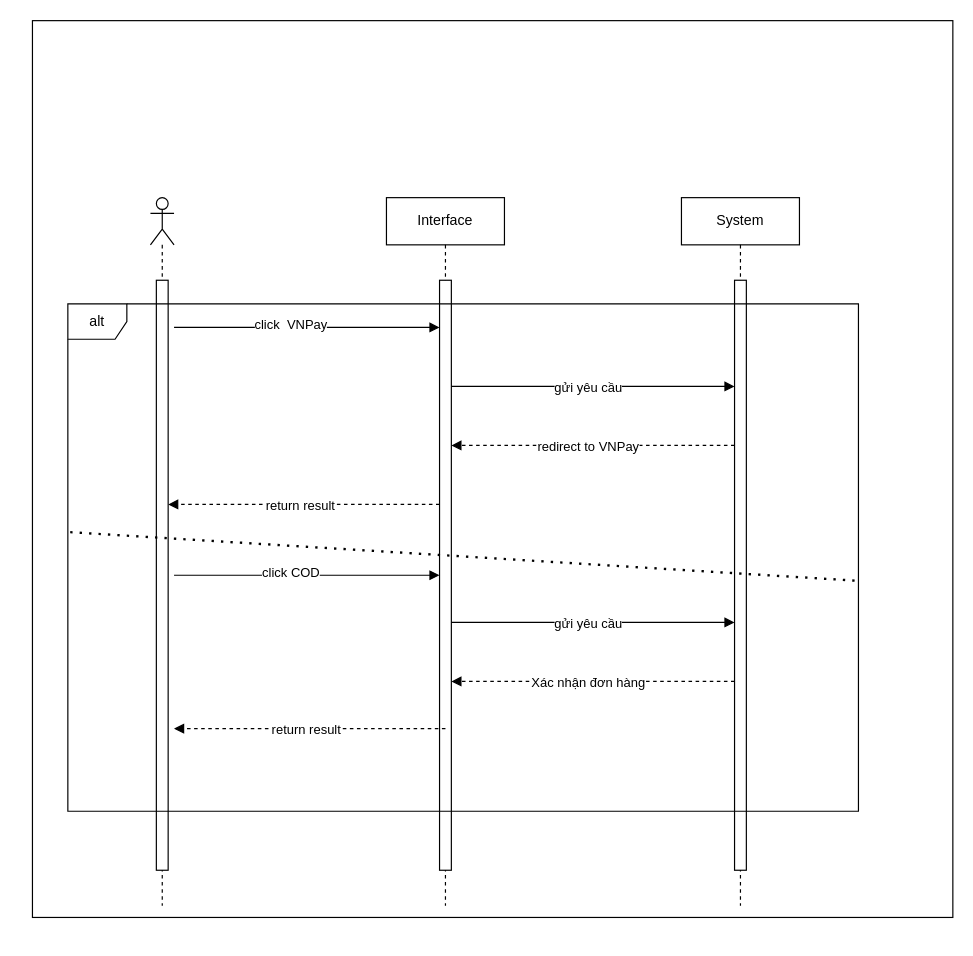
duongtran1702/PT-TKHT keeps this draw.io diagram as Session_5/b5.drawio. Above is the earlier version. Source tidied: cells renumbered, new cells numbered last; positions are measured from the earlier drawing's top-left corner, leaving out a move shared by most shapes. Both pictures are drawn from the tidied source at 118%, with x=0, y=0 at pixel (32, 20).
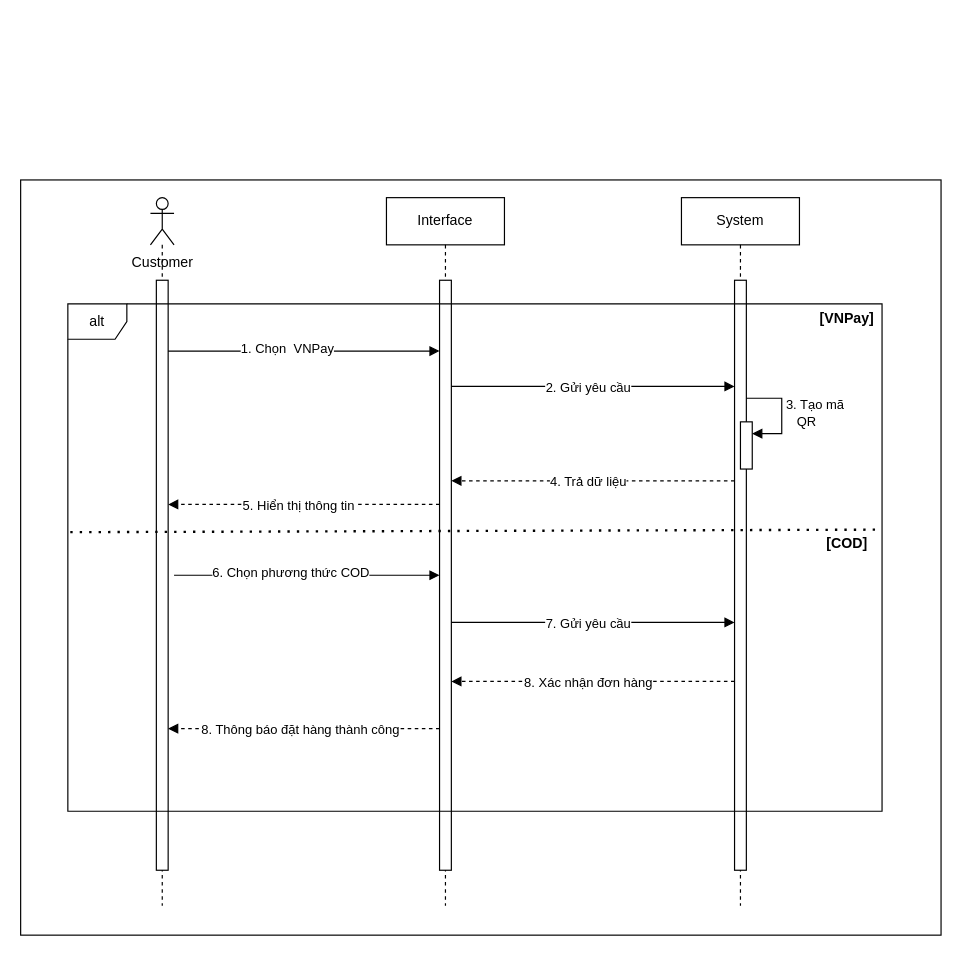
After the change.

The change refers to these unchanged cells:
```xml
<mxCell id="4" style="html=1;points=[[0,0,0,0,5],[0,1,0,0,-5],[1,0,0,0,5],[1,1,0,0,-5]];perimeter=orthogonalPerimeter;outlineConnect=0;targetShapes=umlLifeline;portConstraint=eastwest;newEdgeStyle={&quot;curved&quot;:0,&quot;rounded&quot;:0};" parent="3" vertex="1">
  <mxGeometry x="5" y="70" width="10" height="500" as="geometry" />
</mxCell>
<mxCell id="6" style="html=1;points=[[0,0,0,0,5],[0,1,0,0,-5],[1,0,0,0,5],[1,1,0,0,-5]];perimeter=orthogonalPerimeter;outlineConnect=0;targetShapes=umlLifeline;portConstraint=eastwest;newEdgeStyle={&quot;curved&quot;:0,&quot;rounded&quot;:0};" parent="5" vertex="1">
  <mxGeometry x="45" y="70" width="10" height="500" as="geometry" />
</mxCell>
<mxCell id="8" style="html=1;points=[[0,0,0,0,5],[0,1,0,0,-5],[1,0,0,0,5],[1,1,0,0,-5]];perimeter=orthogonalPerimeter;outlineConnect=0;targetShapes=umlLifeline;portConstraint=eastwest;newEdgeStyle={&quot;curved&quot;:0,&quot;rounded&quot;:0};" parent="7" vertex="1">
  <mxGeometry x="45" y="70" width="10" height="500" as="geometry" />
</mxCell>
<mxCell id="12" style="html=1;verticalAlign=bottom;labelBackgroundColor=none;endArrow=block;endFill=1;dashed=1;" parent="11" edge="1">
  <mxGeometry relative="1" as="geometry">
    <mxPoint x="315" y="170" as="sourcePoint" />
    <mxPoint x="85" y="170" as="targetPoint" />
    <Array as="points">
      <mxPoint x="260" y="170" />
    </Array>
  </mxGeometry>
</mxCell>
<mxCell id="14" style="html=1;verticalAlign=bottom;labelBackgroundColor=none;endArrow=block;endFill=1;" parent="11" edge="1">
  <mxGeometry relative="1" as="geometry">
    <mxPoint x="90" y="230" as="sourcePoint" />
    <mxPoint x="315" y="230" as="targetPoint" />
  </mxGeometry>
</mxCell>
<mxCell id="18" style="html=1;verticalAlign=bottom;labelBackgroundColor=none;endArrow=block;endFill=1;" parent="1" edge="1">
  <mxGeometry relative="1" as="geometry">
    <mxPoint x="355" y="310" as="sourcePoint" />
    <mxPoint x="595" y="310" as="targetPoint" />
  </mxGeometry>
</mxCell>
<mxCell id="22" style="html=1;verticalAlign=bottom;labelBackgroundColor=none;endArrow=block;endFill=1;" parent="1" edge="1" source="6" target="8">
  <mxGeometry relative="1" as="geometry">
    <Array as="points">
      <mxPoint x="520" y="510" />
    </Array>
  </mxGeometry>
</mxCell>
<mxCell id="24" style="html=1;verticalAlign=bottom;labelBackgroundColor=none;endArrow=block;endFill=1;dashed=1;" parent="1" edge="1" source="8" target="6">
  <mxGeometry relative="1" as="geometry">
    <Array as="points">
      <mxPoint x="525" y="560" />
    </Array>
  </mxGeometry>
</mxCell>
```

The edit, as a diff of the source:
```diff
@@
     <mxCell id="2" style="rounded=0;whiteSpace=wrap;html=1;" parent="1" vertex="1">
-      <mxGeometry width="780" height="760" as="geometry" />
+      <mxGeometry x="-10" y="135" width="780" height="640" as="geometry" />
     </mxCell>
@@
-    <mxCell id="9" style="html=1;verticalAlign=bottom;labelBackgroundColor=none;endArrow=block;endFill=1;" parent="1" edge="1" target="6">
-      <mxGeometry relative="1" as="geometry">
-        <mxPoint x="120" y="260" as="sourcePoint" />
-      </mxGeometry>
-    </mxCell>
-    <mxCell id="10" value="click&amp;nbsp; VNPay" style="edgeLabel;html=1;align=center;verticalAlign=middle;" parent="9" vertex="1">
-      <mxGeometry x="-0.21" y="3" relative="1" as="geometry">
-        <mxPoint x="9" as="offset" />
-      </mxGeometry>
-    </mxCell>
     <mxCell id="11" value="alt" style="shape=umlFrame;whiteSpace=wrap;html=1;width=50;" parent="1" vertex="1">
-      <mxGeometry x="30" y="240" width="670" height="430" as="geometry" />
+      <mxGeometry x="30" y="240" width="690" height="430" as="geometry" />
     </mxCell>
@@
-    <mxCell id="13" value="return result" style="edgeLabel;html=1;align=center;verticalAlign=middle;" parent="12" vertex="1">
+    <mxCell id="13" value="5. Hiển thị thông tin&amp;nbsp;" style="edgeLabel;html=1;align=center;verticalAlign=middle;" parent="12" vertex="1">
       <mxGeometry x="0.37" y="2" relative="1" as="geometry">
         <mxPoint x="39" y="-2" as="offset" />
       </mxGeometry>
     </mxCell>
@@
-    <mxCell id="15" value="click COD" style="edgeLabel;html=1;align=center;verticalAlign=middle;" parent="14" vertex="1">
+    <mxCell id="15" value="6. Chọn phương thức COD" style="edgeLabel;html=1;align=center;verticalAlign=middle;" parent="14" vertex="1">
       <mxGeometry x="-0.21" y="3" relative="1" as="geometry">
         <mxPoint x="9" as="offset" />
       </mxGeometry>
     </mxCell>
-    <mxCell id="16" style="html=1;verticalAlign=bottom;labelBackgroundColor=none;endArrow=block;endFill=1;dashed=1;" parent="11" edge="1">
-      <mxGeometry relative="1" as="geometry">
-        <mxPoint x="320" y="360" as="sourcePoint" />
-        <mxPoint x="90" y="360" as="targetPoint" />
-        <Array as="points">
-          <mxPoint x="265" y="360" />
-        </Array>
-      </mxGeometry>
-    </mxCell>
-    <mxCell id="17" value="return result" style="edgeLabel;html=1;align=center;verticalAlign=middle;" parent="16" vertex="1">
-      <mxGeometry x="0.37" y="2" relative="1" as="geometry">
-        <mxPoint x="39" y="-2" as="offset" />
-      </mxGeometry>
-    </mxCell>
+    <mxCell id="9" style="html=1;verticalAlign=bottom;labelBackgroundColor=none;endArrow=block;endFill=1;" parent="11" edge="1" source="4">
+      <mxGeometry relative="1" as="geometry">
+        <mxPoint x="315" y="40" as="targetPoint" />
+        <Array as="points">
+          <mxPoint x="240" y="40" />
+        </Array>
+      </mxGeometry>
+    </mxCell>
+    <mxCell id="10" value="1. Chọn&amp;nbsp; VNPay" style="edgeLabel;html=1;align=center;verticalAlign=middle;" parent="9" vertex="1">
+      <mxGeometry x="-0.21" y="3" relative="1" as="geometry">
+        <mxPoint x="9" as="offset" />
+      </mxGeometry>
+    </mxCell>
+    <mxCell id="27" style="html=1;points=[[0,0,0,0,5],[0,1,0,0,-5],[1,0,0,0,5],[1,1,0,0,-5]];perimeter=orthogonalPerimeter;outlineConnect=0;targetShapes=umlLifeline;portConstraint=eastwest;newEdgeStyle={&quot;curved&quot;:0,&quot;rounded&quot;:0};" parent="11" vertex="1">
+      <mxGeometry x="570" y="100" width="10" height="40" as="geometry" />
+    </mxCell>
+    <mxCell id="28" value="3. Tạo mã&lt;div&gt;&amp;nbsp; &amp;nbsp;QR&lt;/div&gt;" style="html=1;align=left;spacingLeft=2;endArrow=block;rounded=0;edgeStyle=orthogonalEdgeStyle;curved=0;rounded=0;" parent="11" edge="1" target="27">
+      <mxGeometry relative="1" as="geometry">
+        <mxPoint x="575" y="80" as="sourcePoint" />
+        <Array as="points">
+          <mxPoint x="605" y="110" />
+        </Array>
+      </mxGeometry>
+    </mxCell>
+    <mxCell id="29" value="[&lt;span style=&quot;color: rgb(0, 0, 0);&quot;&gt;VNPay&lt;/span&gt;]" style="text;align=center;fontStyle=1;verticalAlign=middle;spacingLeft=3;spacingRight=3;strokeColor=none;html=1;" parent="11" vertex="1">
+      <mxGeometry x="620" width="80" height="26" as="geometry" />
+    </mxCell>
+    <mxCell id="30" value="[&lt;span style=&quot;color: rgb(0, 0, 0);&quot;&gt;COD&lt;/span&gt;]" style="text;align=center;fontStyle=1;verticalAlign=middle;spacingLeft=3;spacingRight=3;strokeColor=none;html=1;" parent="11" vertex="1">
+      <mxGeometry x="620" y="190" width="80" height="26" as="geometry" />
+    </mxCell>
@@
-    <mxCell id="19" value="gửi yêu cầu" style="edgeLabel;html=1;align=center;verticalAlign=middle;" parent="18" vertex="1">
+    <mxCell id="19" value="2. Gửi yêu cầu" style="edgeLabel;html=1;align=center;verticalAlign=middle;" parent="18" vertex="1">
       <mxGeometry x="-0.21" y="3" relative="1" as="geometry">
         <mxPoint x="20" y="3" as="offset" />
       </mxGeometry>
     </mxCell>
     <mxCell id="20" style="html=1;verticalAlign=bottom;labelBackgroundColor=none;endArrow=block;endFill=1;dashed=1;" parent="1" edge="1" source="8" target="6">
       <mxGeometry relative="1" as="geometry">
         <Array as="points">
-          <mxPoint x="540" y="360" />
+          <mxPoint x="540" y="390" />
+          <mxPoint x="490" y="390" />
         </Array>
       </mxGeometry>
     </mxCell>
-    <mxCell id="21" value="redirect to VNPay" style="edgeLabel;html=1;align=center;verticalAlign=middle;" parent="20" vertex="1">
-      <mxGeometry x="0.37" y="2" relative="1" as="geometry">
-        <mxPoint x="39" y="-2" as="offset" />
-      </mxGeometry>
-    </mxCell>
+    <mxCell id="31" value="4. Trả dữ liệu" style="edgeLabel;html=1;align=center;verticalAlign=middle;" parent="20" vertex="1">
+      <mxGeometry x="0.36" relative="1" as="geometry">
+        <mxPoint x="38" as="offset" />
+      </mxGeometry>
+    </mxCell>
@@
-    <mxCell id="23" value="gửi yêu cầu" style="edgeLabel;html=1;align=center;verticalAlign=middle;" parent="22" vertex="1">
+    <mxCell id="23" value="7. Gửi yêu cầu" style="edgeLabel;html=1;align=center;verticalAlign=middle;" parent="22" vertex="1">
       <mxGeometry x="-0.21" y="3" relative="1" as="geometry">
         <mxPoint x="20" y="3" as="offset" />
       </mxGeometry>
     </mxCell>
@@
-    <mxCell id="25" value="Xác nhận đơn hàng" style="edgeLabel;html=1;align=center;verticalAlign=middle;" parent="24" vertex="1">
+    <mxCell id="25" value="8. Xác nhận đơn hàng" style="edgeLabel;html=1;align=center;verticalAlign=middle;" parent="24" vertex="1">
       <mxGeometry x="0.37" y="2" relative="1" as="geometry">
         <mxPoint x="39" y="-2" as="offset" />
       </mxGeometry>
     </mxCell>
-    <mxCell id="26" style="endArrow=none;dashed=1;html=1;dashPattern=1 3;strokeWidth=2;entryX=1.001;entryY=0.546;entryDx=0;entryDy=0;entryPerimeter=0;exitX=0.003;exitY=0.45;exitDx=0;exitDy=0;exitPerimeter=0;" parent="1" edge="1" source="11" target="11">
+    <mxCell id="26" style="endArrow=none;dashed=1;html=1;dashPattern=1 3;strokeWidth=2;entryX=1;entryY=0.445;entryDx=0;entryDy=0;entryPerimeter=0;exitX=0.003;exitY=0.45;exitDx=0;exitDy=0;exitPerimeter=0;" parent="1" edge="1" source="11" target="11">
       <mxGeometry relative="1" as="geometry" />
     </mxCell>
+    <mxCell id="16" style="html=1;verticalAlign=bottom;labelBackgroundColor=none;endArrow=block;endFill=1;dashed=1;" parent="1" edge="1" source="6" target="4">
+      <mxGeometry relative="1" as="geometry">
+        <Array as="points">
+          <mxPoint x="295" y="600" />
+        </Array>
+      </mxGeometry>
+    </mxCell>
+    <mxCell id="17" value="8. Thông báo đặt hàng thành công" style="edgeLabel;html=1;align=center;verticalAlign=middle;" parent="16" vertex="1">
+      <mxGeometry x="0.37" y="2" relative="1" as="geometry">
+        <mxPoint x="39" y="-2" as="offset" />
+      </mxGeometry>
+    </mxCell>
+    <mxCell id="32" value="Customer" style="text;html=1;align=center;verticalAlign=middle;strokeColor=none;fillColor=none;" parent="1" vertex="1">
+      <mxGeometry x="70" y="190" width="80" height="30" as="geometry" />
+    </mxCell>
```
